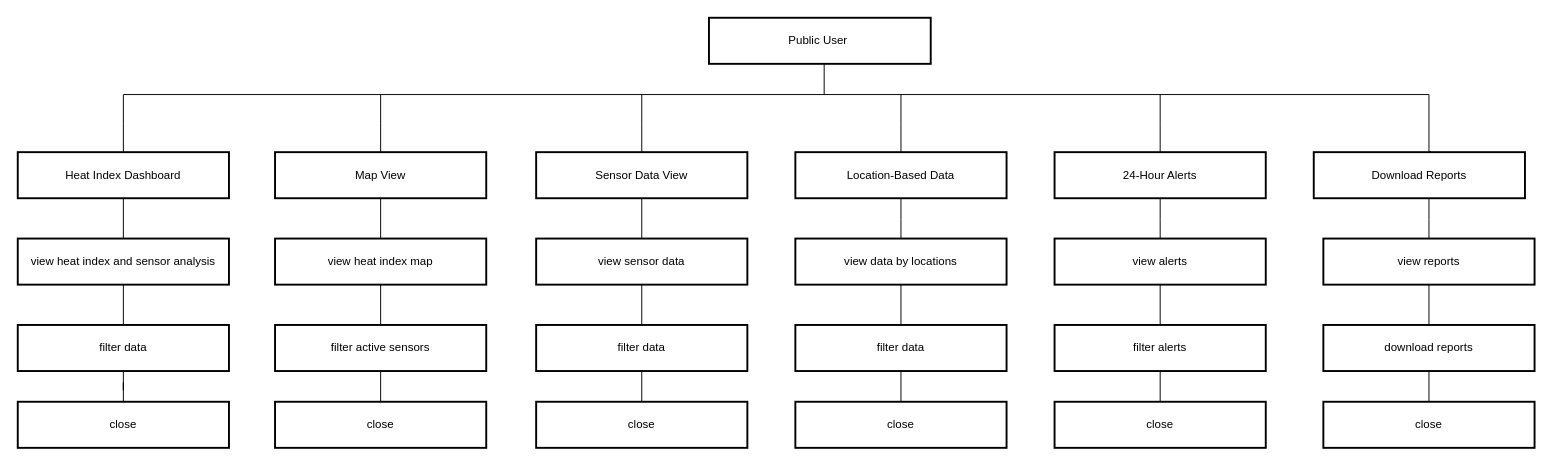
Mr-Potatoe/final keeps this draw.io diagram as HIPO-pubs.drawio. Above is the earlier version. Source tidied: cells renumbered, new cells numbered last; positions are measured from the earlier drawing's top-left corner, leaving out a move shared by most shapes. Both pictures are drawn from the tidied source at 96%, with x=0, y=0 at pixel (17, 17).
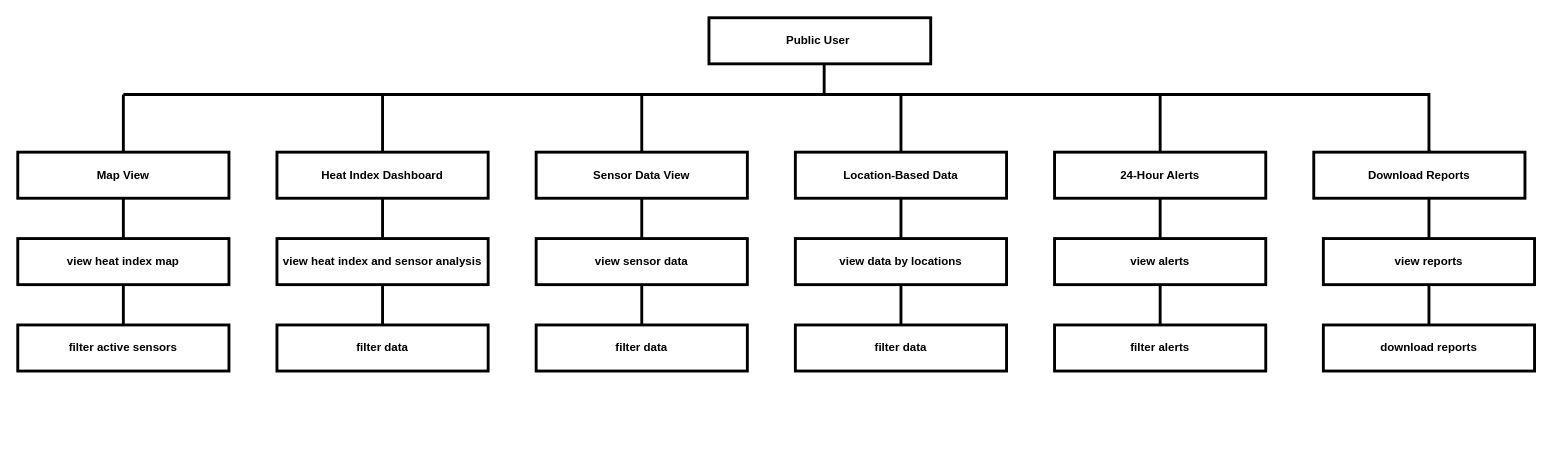
After the change.

Change to the diagram source:
```diff
@@
-    <mxCell id="2" style="edgeStyle=orthogonalEdgeStyle;rounded=0;jettySize=auto;html=1;endArrow=none;endFill=0;" parent="1" edge="1" source="3">
+    <mxCell id="2" style="edgeStyle=orthogonalEdgeStyle;rounded=0;jettySize=auto;html=1;endArrow=none;endFill=0;strokeWidth=3;fontStyle=1;" parent="1" edge="1" source="3">
       <mxGeometry relative="1" as="geometry">
         <mxPoint x="840" y="80" as="targetPoint" />
         <Array as="points">
           <mxPoint x="840" y="68" />
           <mxPoint x="840" y="68" />
         </Array>
       </mxGeometry>
     </mxCell>
-    <mxCell id="3" value="Public User " style="whiteSpace=wrap;strokeWidth=2;" parent="1" vertex="1">
+    <mxCell id="3" value="Public User " style="whiteSpace=wrap;strokeWidth=3;fontStyle=1;" parent="1" vertex="1">
       <mxGeometry x="720" width="231" height="48" as="geometry" />
     </mxCell>
-    <mxCell id="4" style="edgeStyle=orthogonalEdgeStyle;rounded=0;jettySize=auto;html=1;endArrow=none;endFill=0;" parent="1" edge="1" source="6">
+    <mxCell id="4" style="edgeStyle=orthogonalEdgeStyle;rounded=0;jettySize=auto;html=1;endArrow=none;endFill=0;strokeWidth=3;fontStyle=1;" parent="1" edge="1" source="6">
       <mxGeometry relative="1" as="geometry">
-        <mxPoint x="110" y="80" as="targetPoint" />
+        <mxPoint x="380" y="80" as="targetPoint" />
       </mxGeometry>
     </mxCell>
-    <mxCell id="5" style="edgeStyle=orthogonalEdgeStyle;rounded=0;jettySize=auto;html=1;endArrow=none;endFill=0;" parent="1" edge="1" source="6">
+    <mxCell id="5" style="edgeStyle=orthogonalEdgeStyle;rounded=0;jettySize=auto;html=1;endArrow=none;endFill=0;strokeWidth=3;fontStyle=1;" parent="1" edge="1" source="6">
       <mxGeometry relative="1" as="geometry">
-        <mxPoint x="110" y="250" as="targetPoint" />
+        <mxPoint x="380" y="250" as="targetPoint" />
       </mxGeometry>
     </mxCell>
-    <mxCell id="6" value="Heat Index Dashboard" style="whiteSpace=wrap;strokeWidth=2;" parent="1" vertex="1">
-      <mxGeometry y="140" width="220" height="48" as="geometry" />
+    <mxCell id="6" value="Heat Index Dashboard" style="whiteSpace=wrap;strokeWidth=3;fontStyle=1;" parent="1" vertex="1">
+      <mxGeometry x="270" y="140" width="220" height="48" as="geometry" />
     </mxCell>
-    <mxCell id="7" style="edgeStyle=orthogonalEdgeStyle;rounded=0;jettySize=auto;html=1;endArrow=none;endFill=0;" parent="1" edge="1" source="9">
+    <mxCell id="7" style="edgeStyle=orthogonalEdgeStyle;rounded=0;jettySize=auto;html=1;endArrow=none;endFill=0;strokeWidth=3;fontStyle=1;" parent="1" edge="1" source="9">
       <mxGeometry relative="1" as="geometry">
-        <mxPoint x="378" y="80" as="targetPoint" />
+        <mxPoint x="110" y="80" as="targetPoint" />
       </mxGeometry>
     </mxCell>
-    <mxCell id="8" style="edgeStyle=orthogonalEdgeStyle;rounded=0;jettySize=auto;html=1;exitX=0.5;exitY=1;exitDx=0;exitDy=0;entryX=0.5;entryY=0;entryDx=0;entryDy=0;endArrow=none;endFill=0;" parent="1" edge="1" source="9" target="24">
+    <mxCell id="8" style="edgeStyle=orthogonalEdgeStyle;rounded=0;jettySize=auto;html=1;exitX=0.5;exitY=1;exitDx=0;exitDy=0;entryX=0.5;entryY=0;entryDx=0;entryDy=0;endArrow=none;endFill=0;strokeWidth=3;fontStyle=1;" parent="1" edge="1" source="9" target="24">
       <mxGeometry relative="1" as="geometry" />
     </mxCell>
-    <mxCell id="9" value="Map View" style="whiteSpace=wrap;strokeWidth=2;" parent="1" vertex="1">
-      <mxGeometry x="268" y="140" width="220" height="48" as="geometry" />
+    <mxCell id="9" value="Map View" style="whiteSpace=wrap;strokeWidth=3;fontStyle=1;" parent="1" vertex="1">
+      <mxGeometry y="140" width="220" height="48" as="geometry" />
     </mxCell>
-    <mxCell id="10" style="edgeStyle=orthogonalEdgeStyle;rounded=0;jettySize=auto;html=1;endArrow=none;endFill=0;" parent="1" edge="1" source="12">
+    <mxCell id="10" style="edgeStyle=orthogonalEdgeStyle;rounded=0;jettySize=auto;html=1;endArrow=none;endFill=0;strokeWidth=3;fontStyle=1;" parent="1" edge="1" source="12">
       <mxGeometry relative="1" as="geometry">
         <mxPoint x="650" y="80" as="targetPoint" />
       </mxGeometry>
     </mxCell>
-    <mxCell id="11" style="edgeStyle=orthogonalEdgeStyle;rounded=0;jettySize=auto;html=1;entryX=0.5;entryY=0;entryDx=0;entryDy=0;endArrow=none;endFill=0;" parent="1" edge="1" source="12" target="27">
+    <mxCell id="11" style="edgeStyle=orthogonalEdgeStyle;rounded=0;jettySize=auto;html=1;entryX=0.5;entryY=0;entryDx=0;entryDy=0;endArrow=none;endFill=0;strokeWidth=3;fontStyle=1;" parent="1" edge="1" source="12" target="27">
       <mxGeometry relative="1" as="geometry" />
     </mxCell>
-    <mxCell id="12" value="Sensor Data View" style="whiteSpace=wrap;strokeWidth=2;" parent="1" vertex="1">
+    <mxCell id="12" value="Sensor Data View" style="whiteSpace=wrap;strokeWidth=3;fontStyle=1;" parent="1" vertex="1">
       <mxGeometry x="540" y="140" width="220" height="48" as="geometry" />
     </mxCell>
-    <mxCell id="13" style="edgeStyle=orthogonalEdgeStyle;rounded=0;jettySize=auto;html=1;endArrow=none;endFill=0;" parent="1" edge="1" source="14">
+    <mxCell id="13" style="edgeStyle=orthogonalEdgeStyle;rounded=0;jettySize=auto;html=1;endArrow=none;endFill=0;strokeWidth=3;fontStyle=1;" parent="1" edge="1" source="14">
       <mxGeometry relative="1" as="geometry">
         <mxPoint x="920" y="80" as="targetPoint" />
       </mxGeometry>
     </mxCell>
-    <mxCell id="14" value="Location-Based Data" style="whiteSpace=wrap;strokeWidth=2;" parent="1" vertex="1">
+    <mxCell id="14" value="Location-Based Data" style="whiteSpace=wrap;strokeWidth=3;fontStyle=1;" parent="1" vertex="1">
       <mxGeometry x="810" y="140" width="220" height="48" as="geometry" />
     </mxCell>
-    <mxCell id="15" style="edgeStyle=orthogonalEdgeStyle;rounded=0;jettySize=auto;html=1;endArrow=none;endFill=0;" parent="1" edge="1" source="16">
+    <mxCell id="15" style="edgeStyle=orthogonalEdgeStyle;rounded=0;jettySize=auto;html=1;endArrow=none;endFill=0;strokeWidth=3;fontStyle=1;" parent="1" edge="1" source="16">
       <mxGeometry relative="1" as="geometry">
         <mxPoint x="1190" y="80" as="targetPoint" />
       </mxGeometry>
     </mxCell>
-    <mxCell id="16" value="24-Hour Alerts" style="whiteSpace=wrap;strokeWidth=2;" parent="1" vertex="1">
+    <mxCell id="16" value="24-Hour Alerts" style="whiteSpace=wrap;strokeWidth=3;fontStyle=1;" parent="1" vertex="1">
       <mxGeometry x="1080" y="140" width="220" height="48" as="geometry" />
     </mxCell>
-    <mxCell id="17" value="Download Reports" style="whiteSpace=wrap;strokeWidth=2;" parent="1" vertex="1">
+    <mxCell id="17" value="Download Reports" style="whiteSpace=wrap;strokeWidth=3;fontStyle=1;" parent="1" vertex="1">
       <mxGeometry x="1350" y="140" width="220" height="48" as="geometry" />
     </mxCell>
-    <mxCell id="18" style="edgeStyle=orthogonalEdgeStyle;rounded=0;jettySize=auto;html=1;endArrow=none;endFill=0;exitX=0.555;exitY=-0.012;exitDx=0;exitDy=0;exitPerimeter=0;" parent="1" edge="1" source="17">
+    <mxCell id="18" style="edgeStyle=orthogonalEdgeStyle;rounded=0;jettySize=auto;html=1;endArrow=none;endFill=0;exitX=0.555;exitY=-0.012;exitDx=0;exitDy=0;exitPerimeter=0;strokeWidth=3;fontStyle=1;" parent="1" edge="1" source="17">
       <mxGeometry relative="1" as="geometry">
         <mxPoint x="110" y="80" as="targetPoint" />
         <Array as="points">
           <mxPoint x="1470" y="139" />
           <mxPoint x="1470" y="80" />
         </Array>
       </mxGeometry>
     </mxCell>
-    <mxCell id="19" style="edgeStyle=orthogonalEdgeStyle;rounded=0;jettySize=auto;html=1;entryX=0.5;entryY=0;entryDx=0;entryDy=0;endArrow=none;endFill=0;" parent="1" edge="1" source="20" target="22">
+    <mxCell id="19" style="edgeStyle=orthogonalEdgeStyle;rounded=0;jettySize=auto;html=1;entryX=0.5;entryY=0;entryDx=0;entryDy=0;endArrow=none;endFill=0;strokeWidth=3;fontStyle=1;" parent="1" edge="1" source="20" target="22">
       <mxGeometry relative="1" as="geometry" />
     </mxCell>
-    <mxCell id="20" value="view heat index and sensor analysis" style="whiteSpace=wrap;strokeWidth=2;" parent="1" vertex="1">
-      <mxGeometry y="230" width="220" height="48" as="geometry" />
+    <mxCell id="20" value="view heat index and sensor analysis" style="whiteSpace=wrap;strokeWidth=3;fontStyle=1;" parent="1" vertex="1">
+      <mxGeometry x="270" y="230" width="220" height="48" as="geometry" />
     </mxCell>
-    <mxCell id="21" style="edgeStyle=orthogonalEdgeStyle;rounded=0;jettySize=auto;html=1;endArrow=none;endFill=0;" parent="1" edge="1" source="22" target="29">
-      <mxGeometry relative="1" as="geometry" />
-    </mxCell>
-    <mxCell id="22" value="filter data" style="whiteSpace=wrap;strokeWidth=2;" parent="1" vertex="1">
-      <mxGeometry y="320" width="220" height="48" as="geometry" />
+    <mxCell id="22" value="filter data" style="whiteSpace=wrap;strokeWidth=3;fontStyle=1;" parent="1" vertex="1">
+      <mxGeometry x="270" y="320" width="220" height="48" as="geometry" />
     </mxCell>
-    <mxCell id="23" style="edgeStyle=orthogonalEdgeStyle;rounded=0;jettySize=auto;html=1;entryX=0.5;entryY=0;entryDx=0;entryDy=0;endArrow=none;endFill=0;" parent="1" edge="1" source="24" target="25">
+    <mxCell id="23" style="edgeStyle=orthogonalEdgeStyle;rounded=0;jettySize=auto;html=1;entryX=0.5;entryY=0;entryDx=0;entryDy=0;endArrow=none;endFill=0;strokeWidth=3;fontStyle=1;" parent="1" edge="1" source="24" target="25">
       <mxGeometry relative="1" as="geometry" />
     </mxCell>
-    <mxCell id="24" value="view heat index map" style="whiteSpace=wrap;strokeWidth=2;" parent="1" vertex="1">
-      <mxGeometry x="268" y="230" width="220" height="48" as="geometry" />
+    <mxCell id="24" value="view heat index map" style="whiteSpace=wrap;strokeWidth=3;fontStyle=1;" parent="1" vertex="1">
+      <mxGeometry y="230" width="220" height="48" as="geometry" />
     </mxCell>
-    <mxCell id="25" value="filter active sensors" style="whiteSpace=wrap;strokeWidth=2;" parent="1" vertex="1">
-      <mxGeometry x="268" y="320" width="220" height="48" as="geometry" />
+    <mxCell id="25" value="filter active sensors" style="whiteSpace=wrap;strokeWidth=3;fontStyle=1;" parent="1" vertex="1">
+      <mxGeometry y="320" width="220" height="48" as="geometry" />
     </mxCell>
-    <mxCell id="26" style="edgeStyle=orthogonalEdgeStyle;rounded=0;jettySize=auto;html=1;entryX=0.5;entryY=0;entryDx=0;entryDy=0;endArrow=none;endFill=0;" parent="1" edge="1" source="27" target="28">
+    <mxCell id="26" style="edgeStyle=orthogonalEdgeStyle;rounded=0;jettySize=auto;html=1;entryX=0.5;entryY=0;entryDx=0;entryDy=0;endArrow=none;endFill=0;strokeWidth=3;fontStyle=1;" parent="1" edge="1" source="27" target="28">
       <mxGeometry relative="1" as="geometry" />
     </mxCell>
-    <mxCell id="27" value="view sensor data" style="whiteSpace=wrap;strokeWidth=2;" parent="1" vertex="1">
+    <mxCell id="27" value="view sensor data" style="whiteSpace=wrap;strokeWidth=3;fontStyle=1;" parent="1" vertex="1">
       <mxGeometry x="540" y="230" width="220" height="48" as="geometry" />
     </mxCell>
-    <mxCell id="28" value="filter data" style="whiteSpace=wrap;strokeWidth=2;" parent="1" vertex="1">
+    <mxCell id="28" value="filter data" style="whiteSpace=wrap;strokeWidth=3;fontStyle=1;" parent="1" vertex="1">
       <mxGeometry x="540" y="320" width="220" height="48" as="geometry" />
     </mxCell>
-    <mxCell id="29" value="close" style="whiteSpace=wrap;strokeWidth=2;" parent="1" vertex="1">
-      <mxGeometry y="400" width="220" height="48" as="geometry" />
-    </mxCell>
-    <mxCell id="30" style="edgeStyle=orthogonalEdgeStyle;rounded=0;jettySize=auto;html=1;endArrow=none;endFill=0;entryX=0.5;entryY=0;entryDx=0;entryDy=0;" parent="1" edge="1" target="31">
-      <mxGeometry relative="1" as="geometry">
-        <mxPoint x="378" y="368" as="sourcePoint" />
-      </mxGeometry>
-    </mxCell>
-    <mxCell id="31" value="close" style="whiteSpace=wrap;strokeWidth=2;" parent="1" vertex="1">
-      <mxGeometry x="268" y="400" width="220" height="48" as="geometry" />
-    </mxCell>
-    <mxCell id="32" style="edgeStyle=orthogonalEdgeStyle;rounded=0;jettySize=auto;html=1;endArrow=none;endFill=0;entryX=0.5;entryY=0;entryDx=0;entryDy=0;" parent="1" edge="1" target="33">
-      <mxGeometry relative="1" as="geometry">
-        <mxPoint x="650" y="368" as="sourcePoint" />
-      </mxGeometry>
-    </mxCell>
-    <mxCell id="33" value="close" style="whiteSpace=wrap;strokeWidth=2;" parent="1" vertex="1">
-      <mxGeometry x="540" y="400" width="220" height="48" as="geometry" />
-    </mxCell>
-    <mxCell id="34" style="edgeStyle=orthogonalEdgeStyle;rounded=0;jettySize=auto;html=1;entryX=0.5;entryY=0;entryDx=0;entryDy=0;endArrow=none;endFill=0;" parent="1" edge="1" target="35">
+    <mxCell id="34" style="edgeStyle=orthogonalEdgeStyle;rounded=0;jettySize=auto;html=1;entryX=0.5;entryY=0;entryDx=0;entryDy=0;endArrow=none;endFill=0;strokeWidth=3;fontStyle=1;" parent="1" edge="1" target="35">
       <mxGeometry relative="1" as="geometry">
         <mxPoint x="920" y="188" as="sourcePoint" />
         <Array as="points">
           <mxPoint x="920" y="210" />
           <mxPoint x="920" y="210" />
         </Array>
       </mxGeometry>
     </mxCell>
-    <mxCell id="35" value="view data by locations" style="whiteSpace=wrap;strokeWidth=2;" parent="1" vertex="1">
+    <mxCell id="35" value="view data by locations" style="whiteSpace=wrap;strokeWidth=3;fontStyle=1;" parent="1" vertex="1">
       <mxGeometry x="810" y="230" width="220" height="48" as="geometry" />
     </mxCell>
-    <mxCell id="36" style="edgeStyle=orthogonalEdgeStyle;rounded=0;jettySize=auto;html=1;entryX=0.5;entryY=0;entryDx=0;entryDy=0;endArrow=none;endFill=0;" parent="1" edge="1" source="35" target="37">
+    <mxCell id="36" style="edgeStyle=orthogonalEdgeStyle;rounded=0;jettySize=auto;html=1;entryX=0.5;entryY=0;entryDx=0;entryDy=0;endArrow=none;endFill=0;strokeWidth=3;fontStyle=1;" parent="1" edge="1" source="35" target="37">
       <mxGeometry relative="1" as="geometry" />
     </mxCell>
-    <mxCell id="37" value="filter data" style="whiteSpace=wrap;strokeWidth=2;" parent="1" vertex="1">
+    <mxCell id="37" value="filter data" style="whiteSpace=wrap;strokeWidth=3;fontStyle=1;" parent="1" vertex="1">
       <mxGeometry x="810" y="320" width="220" height="48" as="geometry" />
     </mxCell>
-    <mxCell id="38" value="close" style="whiteSpace=wrap;strokeWidth=2;" parent="1" vertex="1">
-      <mxGeometry x="810" y="400" width="220" height="48" as="geometry" />
-    </mxCell>
-    <mxCell id="39" style="edgeStyle=orthogonalEdgeStyle;rounded=0;jettySize=auto;html=1;endArrow=none;endFill=0;entryX=0.5;entryY=0;entryDx=0;entryDy=0;" parent="1" edge="1" target="38">
-      <mxGeometry relative="1" as="geometry">
-        <mxPoint x="920" y="368" as="sourcePoint" />
-      </mxGeometry>
-    </mxCell>
-    <mxCell id="40" style="edgeStyle=orthogonalEdgeStyle;rounded=0;jettySize=auto;html=1;entryX=0.5;entryY=0;entryDx=0;entryDy=0;endArrow=none;endFill=0;" parent="1" edge="1" target="41">
+    <mxCell id="40" style="edgeStyle=orthogonalEdgeStyle;rounded=0;jettySize=auto;html=1;entryX=0.5;entryY=0;entryDx=0;entryDy=0;endArrow=none;endFill=0;strokeWidth=3;fontStyle=1;" parent="1" edge="1" target="41">
       <mxGeometry relative="1" as="geometry">
         <mxPoint x="1190" y="188" as="sourcePoint" />
         <Array as="points">
           <mxPoint x="1190" y="210" />
           <mxPoint x="1190" y="210" />
         </Array>
       </mxGeometry>
     </mxCell>
-    <mxCell id="41" value="view alerts" style="whiteSpace=wrap;strokeWidth=2;" parent="1" vertex="1">
+    <mxCell id="41" value="view alerts" style="whiteSpace=wrap;strokeWidth=3;fontStyle=1;" parent="1" vertex="1">
       <mxGeometry x="1080" y="230" width="220" height="48" as="geometry" />
     </mxCell>
-    <mxCell id="42" style="edgeStyle=orthogonalEdgeStyle;rounded=0;jettySize=auto;html=1;entryX=0.5;entryY=0;entryDx=0;entryDy=0;endArrow=none;endFill=0;" parent="1" edge="1" source="41" target="43">
+    <mxCell id="42" style="edgeStyle=orthogonalEdgeStyle;rounded=0;jettySize=auto;html=1;entryX=0.5;entryY=0;entryDx=0;entryDy=0;endArrow=none;endFill=0;strokeWidth=3;fontStyle=1;" parent="1" edge="1" source="41" target="43">
       <mxGeometry relative="1" as="geometry" />
     </mxCell>
-    <mxCell id="43" value="filter alerts" style="whiteSpace=wrap;strokeWidth=2;" parent="1" vertex="1">
+    <mxCell id="43" value="filter alerts" style="whiteSpace=wrap;strokeWidth=3;fontStyle=1;" parent="1" vertex="1">
       <mxGeometry x="1080" y="320" width="220" height="48" as="geometry" />
     </mxCell>
-    <mxCell id="44" style="edgeStyle=orthogonalEdgeStyle;rounded=0;jettySize=auto;html=1;endArrow=none;endFill=0;entryX=0.5;entryY=0;entryDx=0;entryDy=0;" parent="1" edge="1" target="45">
-      <mxGeometry relative="1" as="geometry">
-        <mxPoint x="1190" y="368" as="sourcePoint" />
-      </mxGeometry>
-    </mxCell>
-    <mxCell id="45" value="close" style="whiteSpace=wrap;strokeWidth=2;" parent="1" vertex="1">
-      <mxGeometry x="1080" y="400" width="220" height="48" as="geometry" />
-    </mxCell>
-    <mxCell id="46" style="edgeStyle=orthogonalEdgeStyle;rounded=0;jettySize=auto;html=1;entryX=0.5;entryY=0;entryDx=0;entryDy=0;endArrow=none;endFill=0;" parent="1" edge="1" target="47">
+    <mxCell id="46" style="edgeStyle=orthogonalEdgeStyle;rounded=0;jettySize=auto;html=1;entryX=0.5;entryY=0;entryDx=0;entryDy=0;endArrow=none;endFill=0;strokeWidth=3;fontStyle=1;" parent="1" edge="1" target="47">
       <mxGeometry relative="1" as="geometry">
         <mxPoint x="1470" y="188" as="sourcePoint" />
         <Array as="points">
           <mxPoint x="1470" y="210" />
           <mxPoint x="1470" y="210" />
         </Array>
       </mxGeometry>
     </mxCell>
-    <mxCell id="47" value="view reports" style="whiteSpace=wrap;strokeWidth=2;" parent="1" vertex="1">
+    <mxCell id="47" value="view reports" style="whiteSpace=wrap;strokeWidth=3;fontStyle=1;" parent="1" vertex="1">
       <mxGeometry x="1360" y="230" width="220" height="48" as="geometry" />
     </mxCell>
-    <mxCell id="48" style="edgeStyle=orthogonalEdgeStyle;rounded=0;jettySize=auto;html=1;entryX=0.5;entryY=0;entryDx=0;entryDy=0;endArrow=none;endFill=0;" parent="1" edge="1" source="47" target="49">
+    <mxCell id="48" style="edgeStyle=orthogonalEdgeStyle;rounded=0;jettySize=auto;html=1;entryX=0.5;entryY=0;entryDx=0;entryDy=0;endArrow=none;endFill=0;strokeWidth=3;fontStyle=1;" parent="1" edge="1" source="47" target="49">
       <mxGeometry relative="1" as="geometry" />
     </mxCell>
-    <mxCell id="49" value="download reports" style="whiteSpace=wrap;strokeWidth=2;" parent="1" vertex="1">
+    <mxCell id="49" value="download reports" style="whiteSpace=wrap;strokeWidth=3;fontStyle=1;" parent="1" vertex="1">
       <mxGeometry x="1360" y="320" width="220" height="48" as="geometry" />
     </mxCell>
-    <mxCell id="50" style="edgeStyle=orthogonalEdgeStyle;rounded=0;jettySize=auto;html=1;endArrow=none;endFill=0;entryX=0.5;entryY=0;entryDx=0;entryDy=0;" parent="1" edge="1" target="51">
-      <mxGeometry relative="1" as="geometry">
-        <mxPoint x="1470" y="368" as="sourcePoint" />
-      </mxGeometry>
-    </mxCell>
-    <mxCell id="51" value="close" style="whiteSpace=wrap;strokeWidth=2;" parent="1" vertex="1">
-      <mxGeometry x="1360" y="400" width="220" height="48" as="geometry" />
-    </mxCell>
```
